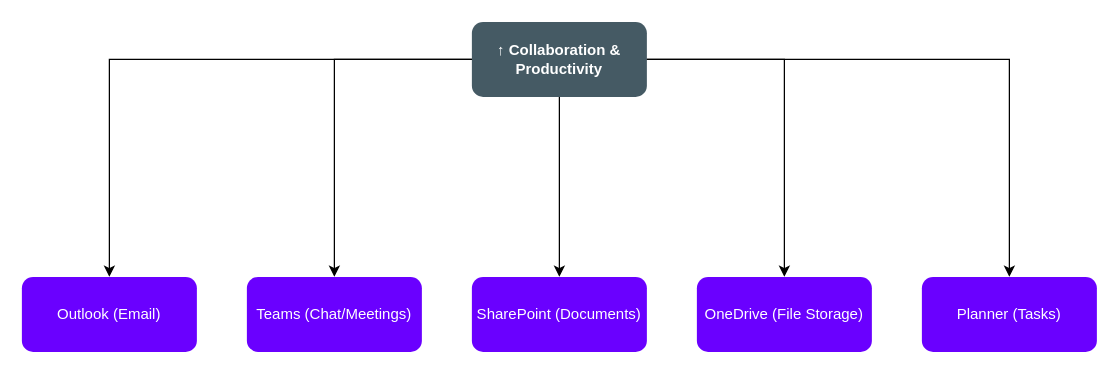
This is page "Collaboration & Productivity" (7 of 14) of architecture.drawio from honerl/company-architecture, a draw.io file, before an edit. Source tidied: cells renumbered, new cells numbered last; positions are measured from the earlier drawing's top-left corner, leaving out a move shared by most shapes. Both pictures are drawn from the tidied source at 125%, with x=0, y=0 at pixel (21, 21).
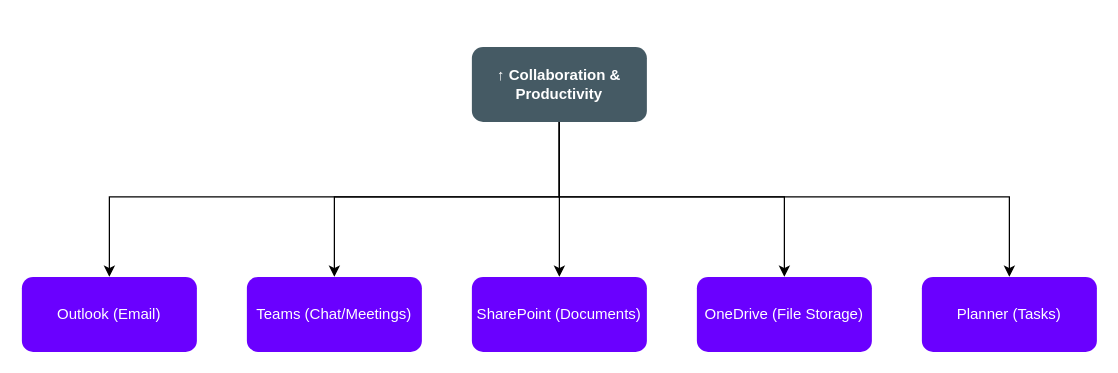
After the change.

The edit, as a diff of the source:
```diff
@@
 <mxGraphModel>
   <root>
     <mxCell id="0" />
     <mxCell id="1" parent="0" />
     <mxCell id="2" value="↑ Collaboration &amp; Productivity" style="rounded=1;whiteSpace=wrap;html=1;fillColor=#455a64;fontColor=#ffffff;strokeColor=none;fontStyle=1;" parent="1" vertex="1">
-      <mxGeometry x="360" width="140" height="60" as="geometry" />
+      <mxGeometry x="360" y="20" width="140" height="60" as="geometry" />
     </mxCell>
     <mxCell id="3" value="Outlook (Email)" style="rounded=1;whiteSpace=wrap;html=1;fillColor=#6a00ff;fontColor=#ffffff;strokeColor=none;" parent="1" vertex="1">
       <mxGeometry y="204" width="140" height="60" as="geometry" />
     </mxCell>
     <mxCell id="4" value="Teams (Chat/Meetings)" style="rounded=1;whiteSpace=wrap;html=1;fillColor=#6a00ff;fontColor=#ffffff;strokeColor=none;" parent="1" vertex="1">
       <mxGeometry x="180" y="204" width="140" height="60" as="geometry" />
     </mxCell>
     <mxCell id="5" value="SharePoint (Documents)" style="rounded=1;whiteSpace=wrap;html=1;fillColor=#6a00ff;fontColor=#ffffff;strokeColor=none;" parent="1" vertex="1">
       <mxGeometry x="360" y="204" width="140" height="60" as="geometry" />
     </mxCell>
     <mxCell id="6" value="OneDrive (File Storage)" style="rounded=1;whiteSpace=wrap;html=1;fillColor=#6a00ff;fontColor=#ffffff;strokeColor=none;" parent="1" vertex="1">
       <mxGeometry x="540" y="204" width="140" height="60" as="geometry" />
     </mxCell>
     <mxCell id="7" value="Planner (Tasks)" style="rounded=1;whiteSpace=wrap;html=1;fillColor=#6a00ff;fontColor=#ffffff;strokeColor=none;" parent="1" vertex="1">
       <mxGeometry x="720" y="204" width="140" height="60" as="geometry" />
     </mxCell>
     <mxCell id="8" style="edgeStyle=orthogonalEdgeStyle;rounded=0;html=1;" parent="1" edge="1" source="2" target="3">
-      <mxGeometry relative="1" as="geometry" />
+      <mxGeometry relative="1" as="geometry">
+        <Array as="points">
+          <mxPoint x="430" y="140" />
+          <mxPoint x="70" y="140" />
+        </Array>
+      </mxGeometry>
     </mxCell>
     <mxCell id="9" style="edgeStyle=orthogonalEdgeStyle;rounded=0;html=1;" parent="1" edge="1" source="2" target="4">
-      <mxGeometry relative="1" as="geometry" />
+      <mxGeometry relative="1" as="geometry">
+        <Array as="points">
+          <mxPoint x="430" y="140" />
+          <mxPoint x="250" y="140" />
+        </Array>
+      </mxGeometry>
     </mxCell>
-    <mxCell id="10" style="edgeStyle=orthogonalEdgeStyle;rounded=0;html=1;" parent="1" edge="1" source="2" target="5">
+    <mxCell id="10" style="edgeStyle=orthogonalEdgeStyle;rounded=0;html=1;libavoidRouting=1;" parent="1" edge="1" source="2" target="5">
       <mxGeometry relative="1" as="geometry" />
     </mxCell>
     <mxCell id="11" style="edgeStyle=orthogonalEdgeStyle;rounded=0;html=1;" parent="1" edge="1" source="2" target="6">
-      <mxGeometry relative="1" as="geometry" />
+      <mxGeometry relative="1" as="geometry">
+        <Array as="points">
+          <mxPoint x="430" y="140" />
+          <mxPoint x="610" y="140" />
+        </Array>
+      </mxGeometry>
     </mxCell>
     <mxCell id="12" style="edgeStyle=orthogonalEdgeStyle;rounded=0;html=1;" parent="1" edge="1" source="2" target="7">
-      <mxGeometry relative="1" as="geometry" />
+      <mxGeometry relative="1" as="geometry">
+        <Array as="points">
+          <mxPoint x="430" y="140" />
+          <mxPoint x="790" y="140" />
+        </Array>
+      </mxGeometry>
     </mxCell>
   </root>
 </mxGraphModel>
```
